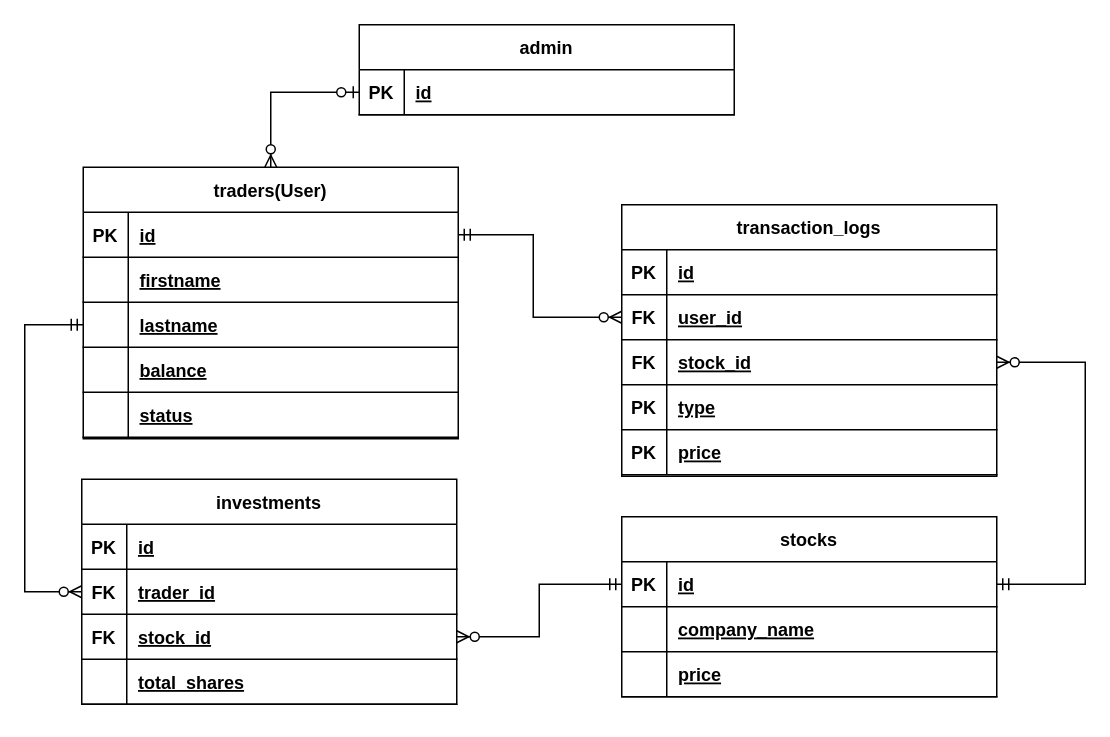
The draw.io diagram docs/erd.drawio in TheRiceCold/stock-app-rails, before the edit. Source tidied: cells renumbered, new cells numbered last; positions are measured from the earlier drawing's top-left corner, leaving out a move shared by most shapes. Both pictures are drawn from the tidied source at 150%, with x=0, y=0 at pixel (24, 24).
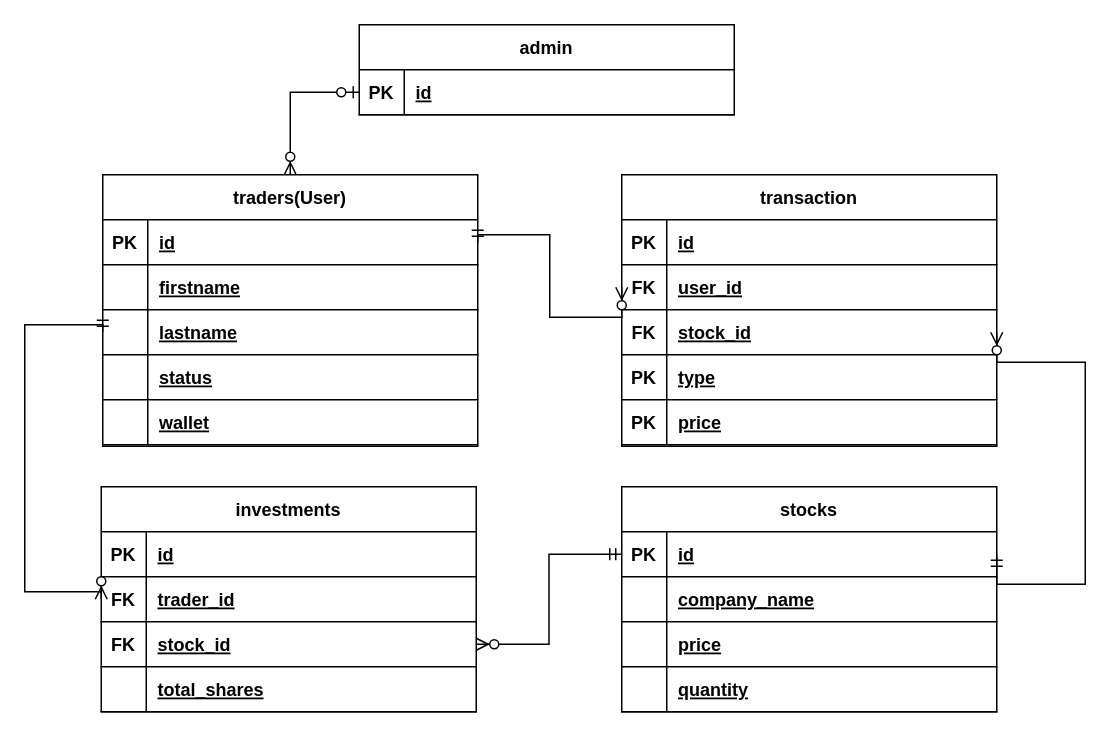
After the change.

Unchanged cells that the change refers to:
```xml
<mxCell id="26" style="shape=partialRectangle;fillColor=none;points=[[0,0.5],[1,0.5]];portConstraint=eastwest;top=0;left=0;right=0;bottom=1;" parent="25" vertex="1">
  <mxGeometry y="30" width="250" height="30" as="geometry" />
</mxCell>
<mxCell id="35" style="shape=partialRectangle;fillColor=none;top=0;left=0;right=0;bottom=1;" parent="25" vertex="1">
  <mxGeometry y="120" width="250" height="30" as="geometry" />
</mxCell>
<mxCell id="38" style="shape=partialRectangle;fillColor=none;top=0;left=0;right=0;bottom=1;" parent="25" vertex="1">
  <mxGeometry y="150" width="250" height="30" as="geometry" />
</mxCell>
<mxCell id="45" style="shape=partialRectangle;fillColor=none;points=[[0,0.5],[1,0.5]];portConstraint=eastwest;top=0;left=0;right=0;bottom=1;" parent="41" vertex="1">
  <mxGeometry y="60" width="250" height="30" as="geometry" />
</mxCell>
```

What changed in the source:
```diff
@@
     <mxCell id="2" value="stocks" style="shape=table;startSize=30;childLayout=tableLayout;rowLines=0;fontStyle=1;align=center;" parent="1" vertex="1">
-      <mxGeometry x="398" y="328" width="250" height="120" as="geometry" />
+      <mxGeometry x="398" y="308" width="250" height="150" as="geometry" />
     </mxCell>
@@
+    <mxCell id="66" style="shape=partialRectangle;fillColor=none;top=0;left=0;right=0;bottom=1;" parent="2" vertex="1">
+      <mxGeometry y="120" width="250" height="30" as="geometry" />
+    </mxCell>
+    <mxCell id="67" style="shape=partialRectangle;overflow=hidden;fillColor=none;top=0;left=0;bottom=0;right=0;fontStyle=1;" parent="66" vertex="1">
+      <mxGeometry width="30" height="30" as="geometry" />
+    </mxCell>
+    <mxCell id="68" value="quantity" style="shape=partialRectangle;overflow=hidden;fillColor=none;top=0;left=0;bottom=0;right=0;align=left;spacingLeft=6;fontStyle=5;" parent="66" vertex="1">
+      <mxGeometry x="30" width="220" height="30" as="geometry" />
+    </mxCell>
     <mxCell id="12" value="investments" style="shape=table;startSize=30;childLayout=tableLayout;rowLines=0;fontStyle=1;align=center;" parent="1" vertex="1">
-      <mxGeometry x="38" y="303" width="250" height="150" as="geometry" />
+      <mxGeometry x="51" y="308" width="250" height="150" as="geometry" />
     </mxCell>
@@
     <mxCell id="25" value="traders(User)" style="shape=table;startSize=30;childLayout=tableLayout;rowLines=0;fontStyle=1;align=center;" parent="1" vertex="1">
-      <mxGeometry x="39" y="95" width="250" height="181" as="geometry" />
+      <mxGeometry x="52" y="100" width="250" height="181" as="geometry" />
     </mxCell>
@@
-    <mxCell id="37" value="balance" style="shape=partialRectangle;overflow=hidden;fillColor=none;top=0;left=0;bottom=0;right=0;align=left;spacingLeft=6;fontStyle=5;" parent="35" vertex="1">
+    <mxCell id="37" value="status" style="shape=partialRectangle;overflow=hidden;fillColor=none;top=0;left=0;bottom=0;right=0;align=left;spacingLeft=6;fontStyle=5;" parent="35" vertex="1">
       <mxGeometry x="30" width="220" height="30" as="geometry" />
     </mxCell>
@@
-    <mxCell id="40" value="status" style="shape=partialRectangle;overflow=hidden;fillColor=none;top=0;left=0;bottom=0;right=0;align=left;spacingLeft=6;fontStyle=5;" parent="38" vertex="1">
+    <mxCell id="40" value="wallet" style="shape=partialRectangle;overflow=hidden;fillColor=none;top=0;left=0;bottom=0;right=0;align=left;spacingLeft=6;fontStyle=5;" parent="38" vertex="1">
       <mxGeometry x="30" width="220" height="30" as="geometry" />
     </mxCell>
-    <mxCell id="41" value="transaction_logs" style="shape=table;startSize=30;childLayout=tableLayout;rowLines=0;fontStyle=1;align=center;" parent="1" vertex="1">
-      <mxGeometry x="398" y="120" width="250" height="181" as="geometry" />
+    <mxCell id="41" value="transaction" style="shape=table;startSize=30;childLayout=tableLayout;rowLines=0;fontStyle=1;align=center;" parent="1" vertex="1">
+      <mxGeometry x="398" y="100" width="250" height="181" as="geometry" />
     </mxCell>
@@
     <mxCell id="63" style="edgeStyle=orthogonalEdgeStyle;fontSize=12;html=1;endArrow=ERzeroToMany;startArrow=ERmandOne;rounded=0;entryX=0;entryY=0.5;entryDx=0;entryDy=0;exitX=1;exitY=0.5;exitDx=0;exitDy=0;" parent="1" edge="1" source="26" target="45">
       <mxGeometry relative="1" as="geometry">
         <Array as="points">
-          <mxPoint x="339" y="140" />
-          <mxPoint x="339" y="195" />
+          <mxPoint x="302" y="140" />
+          <mxPoint x="350" y="140" />
+          <mxPoint x="350" y="195" />
+          <mxPoint x="398" y="195" />
         </Array>
       </mxGeometry>
     </mxCell>
```
